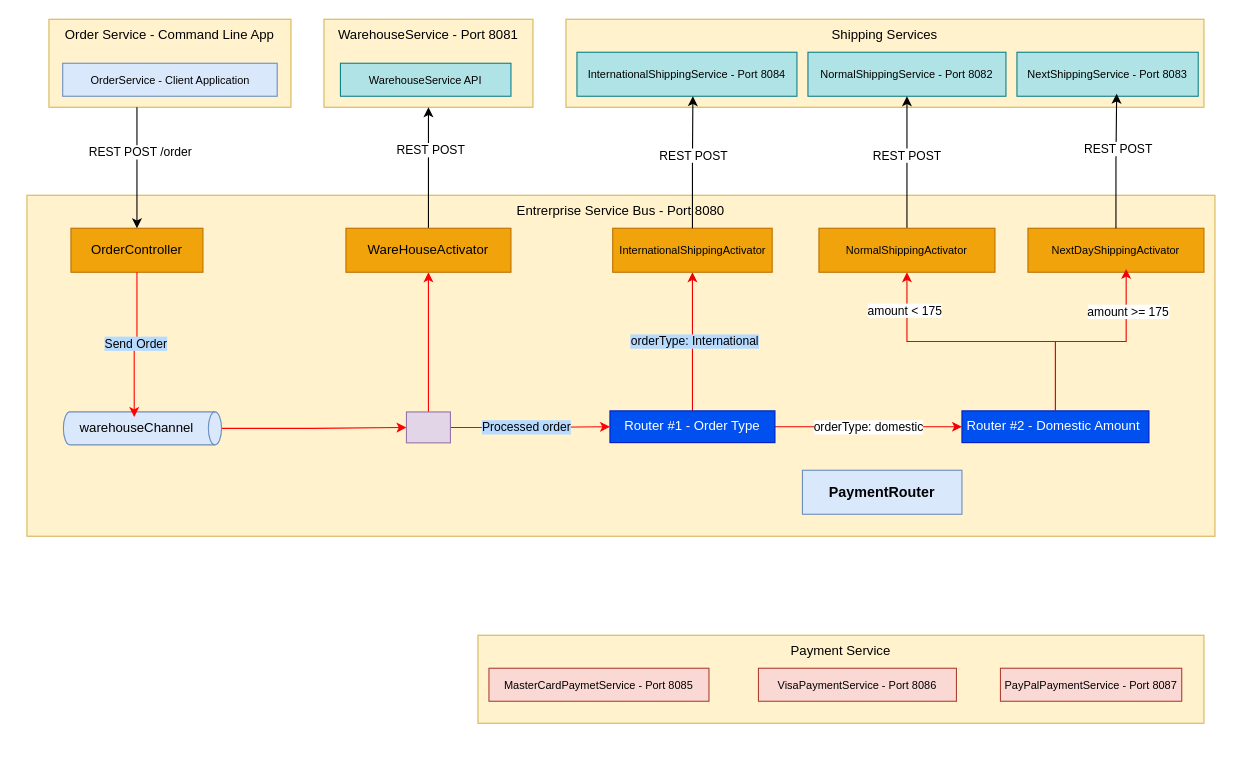
This is LAB5_SOA/ESBdrawio.drawio from leone2016/sa, a draw.io file, before an edit. Source tidied: cells renumbered, new cells numbered last; positions are measured from the earlier drawing's top-left corner, leaving out a move shared by most shapes. Both pictures are drawn from the tidied source at 110%, with x=0, y=0 at pixel (26, 19).
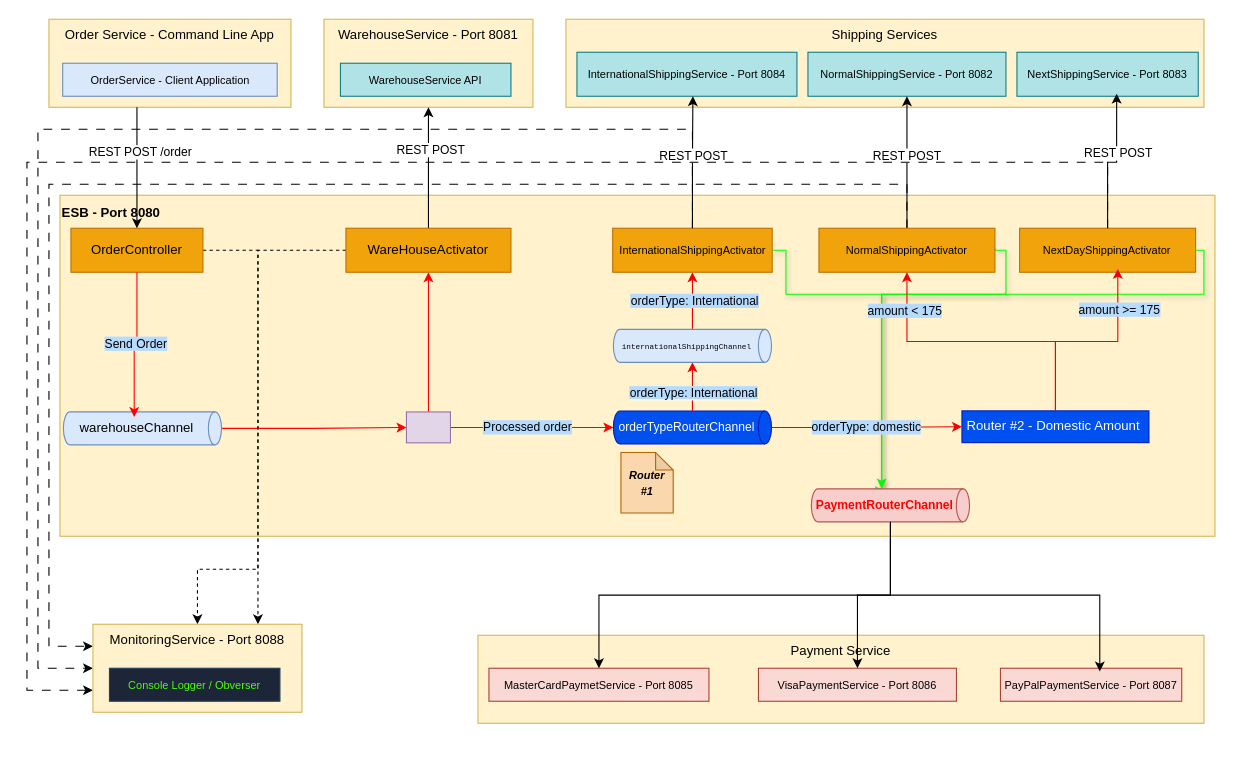
After the change.

The change refers to these unchanged cells:
```xml
<mxCell id="10" value="&lt;font style=&quot;font-size: 10px;&quot;&gt;NextShippingService - Port 8083&lt;/font&gt;" style="rounded=0;whiteSpace=wrap;html=1;fillColor=#b0e3e6;strokeColor=#0e8088;" parent="6" vertex="1">
  <mxGeometry x="440" y="30" width="164.8" height="40" as="geometry" />
</mxCell>
<mxCell id="17" value="&lt;font style=&quot;font-size: 10px;&quot;&gt;MasterCardPaymetService - Port 8085&lt;/font&gt;" style="rounded=0;whiteSpace=wrap;html=1;fillColor=#fad9d5;strokeColor=#ae4132;" parent="15" vertex="1">
  <mxGeometry x="10" y="30" width="200" height="30" as="geometry" />
</mxCell>
<mxCell id="18" value="&lt;font style=&quot;font-size: 10px;&quot;&gt;VisaPaymentService - Port 8086&lt;/font&gt;" style="rounded=0;whiteSpace=wrap;html=1;fillColor=#fad9d5;strokeColor=#ae4132;" parent="15" vertex="1">
  <mxGeometry x="255" y="30" width="180" height="30" as="geometry" />
</mxCell>
<mxCell id="19" value="&lt;font style=&quot;font-size: 10px;&quot;&gt;PayPalPaymentService - Port 8087&lt;/font&gt;" style="rounded=0;whiteSpace=wrap;html=1;fillColor=#fad9d5;strokeColor=#ae4132;" parent="15" vertex="1">
  <mxGeometry x="475" y="30" width="164.8" height="30" as="geometry" />
</mxCell>
<mxCell id="20" value="OrderController" style="rounded=0;whiteSpace=wrap;html=1;fillColor=#f0a30a;strokeColor=#BD7000;fontColor=#000000;" parent="1" vertex="1">
  <mxGeometry x="40" y="190" width="120" height="40" as="geometry" />
</mxCell>
<mxCell id="30" style="rounded=0;whiteSpace=wrap;html=1;fillColor=#e1d5e7;strokeColor=#9673a6;" parent="1" vertex="1">
  <mxGeometry x="345" y="357" width="40" height="28.1" as="geometry" />
</mxCell>
<mxCell id="33" value="WareHouseActivator" style="rounded=0;whiteSpace=wrap;html=1;fillColor=#f0a30a;strokeColor=#BD7000;fontColor=#000000;" parent="1" vertex="1">
  <mxGeometry x="290" y="190" width="150" height="40" as="geometry" />
</mxCell>
<mxCell id="38" value="InternationalShippingActivator" style="rounded=0;whiteSpace=wrap;html=1;fillColor=#f0a30a;strokeColor=#BD7000;fontColor=#000000;fontSize=10;" parent="1" vertex="1">
  <mxGeometry x="532.5" y="190" width="145" height="40" as="geometry" />
</mxCell>
<mxCell id="43" value="Router #2 - Domestic Amount&amp;nbsp;" style="rounded=0;whiteSpace=wrap;html=1;fillColor=#0050ef;fontColor=#ffffff;strokeColor=#001DBC;" parent="1" vertex="1">
  <mxGeometry x="850" y="356" width="170" height="28.9" as="geometry" />
</mxCell>
<mxCell id="46" value="&lt;font style=&quot;font-size: 10px;&quot;&gt;NormalShippingActivator&lt;/font&gt;" style="rounded=0;whiteSpace=wrap;html=1;fillColor=#f0a30a;strokeColor=#BD7000;fontColor=#000000;" parent="1" vertex="1">
  <mxGeometry x="720" y="190" width="160" height="40" as="geometry" />
</mxCell>
<mxCell id="48" style="edgeStyle=orthogonalEdgeStyle;rounded=0;jettySize=auto;html=1;entryX=0.558;entryY=0.925;entryDx=0;entryDy=0;entryPerimeter=0;strokeColor=#F00000;" parent="1" edge="1" source="43" target="47">
  <mxGeometry relative="1" as="geometry" />
</mxCell>
```

Diff of the diagram source:
```diff
@@
-    <mxCell id="5" value="Entrerprise Service Bus - Port 8080" style="rounded=0;whiteSpace=wrap;html=1;fillColor=#fff2cc;strokeColor=#d6b656;verticalAlign=top;" parent="1" vertex="1">
-      <mxGeometry y="160" width="1080" height="310" as="geometry" />
+    <mxCell id="5" value="&lt;b style=&quot;line-height: 150%;&quot;&gt;&lt;font&gt;ESB - Port 8080&lt;/font&gt;&lt;/b&gt;" style="rounded=0;whiteSpace=wrap;html=1;fillColor=#fff2cc;strokeColor=#d6b656;verticalAlign=top;align=left;" parent="1" vertex="1">
+      <mxGeometry x="30" y="160" width="1050" height="310" as="geometry" />
     </mxCell>
@@
+    <mxCell id="53" style="edgeStyle=orthogonalEdgeStyle;rounded=0;jettySize=auto;html=1;exitX=1;exitY=0.5;exitDx=0;exitDy=0;dashed=1;" parent="1" edge="1" source="20" target="71">
+      <mxGeometry relative="1" as="geometry">
+        <Array as="points">
+          <mxPoint x="210" y="210" />
+          <mxPoint x="210" y="500" />
+          <mxPoint x="155" y="500" />
+        </Array>
+      </mxGeometry>
+    </mxCell>
@@
-    <mxCell id="28" style="edgeStyle=orthogonalEdgeStyle;rounded=0;jettySize=auto;html=1;entryX=0;entryY=0.5;entryDx=0;entryDy=0;fillColor=#d80073;strokeColor=#FF0000;" parent="1" edge="1" source="30" target="37">
+    <mxCell id="28" style="edgeStyle=orthogonalEdgeStyle;rounded=0;jettySize=auto;html=1;fillColor=#d80073;strokeColor=#FF0000;entryX=0.5;entryY=1;entryDx=0;entryDy=0;entryPerimeter=0;" parent="1" edge="1" source="30" target="61">
       <mxGeometry relative="1" as="geometry" />
     </mxCell>
@@
+    <mxCell id="54" style="edgeStyle=orthogonalEdgeStyle;rounded=0;jettySize=auto;html=1;dashed=1;" parent="1" edge="1" source="33" target="71">
+      <mxGeometry relative="1" as="geometry">
+        <Array as="points">
+          <mxPoint x="210" y="210" />
+        </Array>
+      </mxGeometry>
+    </mxCell>
@@
-    <mxCell id="34" style="edgeStyle=orthogonalEdgeStyle;rounded=0;jettySize=auto;html=1;fillColor=#d80073;strokeColor=#F00000;" parent="1" edge="1" source="37" target="38">
+    <mxCell id="34" style="edgeStyle=orthogonalEdgeStyle;rounded=0;jettySize=auto;html=1;fillColor=#d80073;strokeColor=#F00000;exitX=0;exitY=0.5;exitDx=0;exitDy=0;exitPerimeter=0;" parent="1" edge="1" source="65" target="38">
       <mxGeometry relative="1" as="geometry" />
     </mxCell>
@@
-    <mxCell id="36" value="orderType: domestic" style="edgeStyle=orthogonalEdgeStyle;rounded=0;jettySize=auto;html=1;entryX=0;entryY=0.5;entryDx=0;entryDy=0;strokeColor=#F00000;" parent="1" edge="1" source="37" target="43">
-      <mxGeometry relative="1" as="geometry" />
-    </mxCell>
-    <mxCell id="37" value="Router #1 - Order Type" style="rounded=0;whiteSpace=wrap;html=1;fillColor=#0050ef;fontColor=#ffffff;strokeColor=#001DBC;" parent="1" vertex="1">
-      <mxGeometry x="530" y="356" width="150" height="28.9" as="geometry" />
-    </mxCell>
+    <mxCell id="55" style="edgeStyle=orthogonalEdgeStyle;rounded=0;jettySize=auto;html=1;fontColor=#00FF00;fillColor=#cdeb8b;strokeColor=#00FF00;shadow=1;" parent="1" edge="1" source="38">
+      <mxGeometry relative="1" as="geometry">
+        <mxPoint x="780" y="430" as="targetPoint" />
+        <Array as="points">
+          <mxPoint x="690" y="210" />
+          <mxPoint x="690" y="250" />
+          <mxPoint x="777" y="250" />
+        </Array>
+      </mxGeometry>
+    </mxCell>
+    <mxCell id="56" style="edgeStyle=orthogonalEdgeStyle;rounded=0;jettySize=auto;html=1;entryX=0;entryY=0.5;entryDx=0;entryDy=0;dashed=1;dashPattern=8 8;" parent="1" edge="1" source="38" target="71">
+      <mxGeometry relative="1" as="geometry">
+        <Array as="points">
+          <mxPoint x="605" y="100" />
+          <mxPoint x="10" y="100" />
+          <mxPoint x="10" y="590" />
+        </Array>
+      </mxGeometry>
+    </mxCell>
@@
-    <mxCell id="41" style="edgeStyle=orthogonalEdgeStyle;rounded=0;jettySize=auto;html=1;entryX=0.5;entryY=1;entryDx=0;entryDy=0;strokeColor=#F00000;" parent="1" edge="1" source="43" target="46">
-      <mxGeometry relative="1" as="geometry" />
-    </mxCell>
-    <mxCell id="42" value="amount &amp;lt; 175" style="edgeLabel;html=1;align=center;verticalAlign=middle;" parent="41" vertex="1">
-      <mxGeometry x="0.74" y="3" relative="1" as="geometry" />
-    </mxCell>
@@
+    <mxCell id="57" style="edgeStyle=orthogonalEdgeStyle;rounded=0;jettySize=auto;html=1;entryX=-0.013;entryY=0.556;entryDx=0;entryDy=0;strokeColor=#00FF00;shadow=1;exitX=1;exitY=0.439;exitDx=0;exitDy=0;exitPerimeter=0;entryPerimeter=0;" parent="1" edge="1" source="46" target="68">
+      <mxGeometry relative="1" as="geometry">
+        <Array as="points">
+          <mxPoint x="880" y="210" />
+          <mxPoint x="890" y="210" />
+          <mxPoint x="890" y="250" />
+          <mxPoint x="777" y="250" />
+        </Array>
+      </mxGeometry>
+    </mxCell>
+    <mxCell id="58" style="edgeStyle=orthogonalEdgeStyle;rounded=0;jettySize=auto;html=1;entryX=0;entryY=0.25;entryDx=0;entryDy=0;dashed=1;dashPattern=8 8;" parent="1" edge="1" source="46" target="71">
+      <mxGeometry relative="1" as="geometry">
+        <Array as="points">
+          <mxPoint x="800" y="150" />
+          <mxPoint x="20" y="150" />
+          <mxPoint x="20" y="570" />
+        </Array>
+      </mxGeometry>
+    </mxCell>
@@
+    <mxCell id="59" style="edgeStyle=orthogonalEdgeStyle;rounded=0;jettySize=auto;html=1;entryX=0.071;entryY=0.535;entryDx=0;entryDy=0;strokeColor=#00FF00;shadow=1;exitX=1;exitY=0.5;exitDx=0;exitDy=0;entryPerimeter=0;" parent="1" edge="1" source="47" target="68">
+      <mxGeometry relative="1" as="geometry">
+        <Array as="points">
+          <mxPoint x="1070" y="210" />
+          <mxPoint x="1070" y="250" />
+          <mxPoint x="777" y="250" />
+          <mxPoint x="777" y="429" />
+        </Array>
+      </mxGeometry>
+    </mxCell>
+    <mxCell id="60" style="edgeStyle=orthogonalEdgeStyle;rounded=0;jettySize=auto;html=1;entryX=0;entryY=0.75;entryDx=0;entryDy=0;dashed=1;dashPattern=8 8;" parent="1" edge="1" source="47" target="71">
+      <mxGeometry relative="1" as="geometry">
+        <Array as="points">
+          <mxPoint x="982" y="130" />
+          <mxPoint y="130" />
+          <mxPoint y="610" />
+        </Array>
+      </mxGeometry>
+    </mxCell>
     <mxCell id="47" value="&lt;font style=&quot;font-size: 10px;&quot;&gt;NextDayShippingActivator&lt;/font&gt;" style="rounded=0;whiteSpace=wrap;html=1;fillColor=#f0a30a;strokeColor=#BD7000;fontColor=#000000;" parent="1" vertex="1">
-      <mxGeometry x="910" y="190" width="160" height="40" as="geometry" />
+      <mxGeometry x="902.4" y="190" width="160" height="40" as="geometry" />
     </mxCell>
+    <mxCell id="50" style="edgeStyle=orthogonalEdgeStyle;rounded=0;jettySize=auto;html=1;entryX=0.55;entryY=0.942;entryDx=0;entryDy=0;entryPerimeter=0;" parent="1" edge="1" source="47" target="10">
+      <mxGeometry relative="1" as="geometry" />
+    </mxCell>
+    <mxCell id="51" value="REST POST" style="edgeLabel;html=1;align=center;verticalAlign=middle;" parent="50" vertex="1">
+      <mxGeometry x="0.18" y="-1" relative="1" as="geometry" />
+    </mxCell>
+    <mxCell id="61" value="&lt;font style=&quot;font-size: 11px;&quot;&gt;orderTypeRouterChannel&lt;/font&gt;" style="shape=cylinder3;whiteSpace=wrap;html=1;boundedLbl=1;backgroundOutline=1;size=6;rotation=90;horizontal=0;fillColor=#0050ef;strokeColor=#001DBC;fontColor=#ffffff;" parent="1" vertex="1">
+      <mxGeometry x="590" y="299.2" width="30" height="143.8" as="geometry" />
+    </mxCell>
+    <mxCell id="62" value="&lt;i&gt;&lt;b&gt;&lt;font style=&quot;font-size: 10px;&quot;&gt;Router #1&lt;/font&gt;&lt;/b&gt;&lt;/i&gt;" style="shape=note;whiteSpace=wrap;html=1;backgroundOutline=1;darkOpacity=0.05;fillColor=#fad7ac;strokeColor=#b46504;size=16;" parent="1" vertex="1">
+      <mxGeometry x="540" y="393.8" width="47.5" height="55.1" as="geometry" />
+    </mxCell>
+    <mxCell id="63" style="edgeStyle=orthogonalEdgeStyle;rounded=0;jettySize=auto;html=1;fillColor=#d80073;strokeColor=#F00000;exitX=0;exitY=0.5;exitDx=0;exitDy=0;exitPerimeter=0;" parent="1" edge="1" source="61" target="65">
+      <mxGeometry relative="1" as="geometry" />
+    </mxCell>
+    <mxCell id="64" value="&lt;span style=&quot;background-color: rgb(183, 219, 255);&quot;&gt;orderType: International&lt;/span&gt;" style="edgeLabel;html=1;align=center;verticalAlign=middle;" parent="63" vertex="1">
+      <mxGeometry x="-0.24" relative="1" as="geometry" />
+    </mxCell>
+    <mxCell id="65" value="&lt;div style=&quot;&quot;&gt;&lt;pre style=&quot;font-family: &amp;quot;JetBrains Mono&amp;quot;, monospace;&quot;&gt;&lt;span&gt;&lt;font style=&quot;color: rgb(0, 0, 0); font-size: 7px;&quot;&gt;internationalShippingChannel&lt;/font&gt;&lt;/span&gt;&lt;/pre&gt;&lt;/div&gt;" style="shape=cylinder3;whiteSpace=wrap;html=1;boundedLbl=1;backgroundOutline=1;size=6;rotation=90;horizontal=0;fillColor=#dae8fc;strokeColor=#6c8ebf;" parent="1" vertex="1">
+      <mxGeometry x="590" y="225" width="30" height="143.8" as="geometry" />
+    </mxCell>
+    <mxCell id="66" style="edgeStyle=orthogonalEdgeStyle;rounded=0;jettySize=auto;html=1;" parent="1" edge="1" source="68" target="18">
+      <mxGeometry relative="1" as="geometry" />
+    </mxCell>
+    <mxCell id="67" style="edgeStyle=orthogonalEdgeStyle;rounded=0;jettySize=auto;html=1;exitX=1;exitY=0.5;exitDx=0;exitDy=0;exitPerimeter=0;entryX=0.5;entryY=0;entryDx=0;entryDy=0;" parent="1" edge="1" source="68" target="17">
+      <mxGeometry relative="1" as="geometry" />
+    </mxCell>
+    <mxCell id="68" value="&lt;b style=&quot;&quot;&gt;&lt;font style=&quot;font-size: 11px; color: rgb(255, 0, 0);&quot;&gt;PaymentRouterChannel&lt;/font&gt;&lt;/b&gt;" style="shape=cylinder3;whiteSpace=wrap;html=1;boundedLbl=1;backgroundOutline=1;size=6;rotation=90;horizontal=0;fillColor=#f8cecc;strokeColor=#b85450;" parent="1" vertex="1">
+      <mxGeometry x="770" y="370" width="30" height="143.8" as="geometry" />
+    </mxCell>
+    <mxCell id="36" value="orderType: domestic" style="edgeStyle=orthogonalEdgeStyle;rounded=0;jettySize=auto;html=1;entryX=0;entryY=0.5;entryDx=0;entryDy=0;strokeColor=#F00000;exitX=0.5;exitY=0;exitDx=0;exitDy=0;exitPerimeter=0;labelBackgroundColor=#B7DBFF;" parent="1" edge="1" source="61" target="43">
+      <mxGeometry relative="1" as="geometry" />
+    </mxCell>
+    <mxCell id="41" style="edgeStyle=orthogonalEdgeStyle;rounded=0;jettySize=auto;html=1;entryX=0.5;entryY=1;entryDx=0;entryDy=0;strokeColor=#F00000;" parent="1" edge="1" source="43" target="46">
+      <mxGeometry relative="1" as="geometry" />
+    </mxCell>
+    <mxCell id="42" value="amount &amp;lt; 175" style="edgeLabel;html=1;align=center;verticalAlign=middle;labelBackgroundColor=#B7DBFF;" parent="41" vertex="1">
+      <mxGeometry x="0.74" y="3" relative="1" as="geometry" />
+    </mxCell>
@@
-    <mxCell id="49" value="amount &amp;gt;= 175" style="edgeLabel;html=1;align=center;verticalAlign=middle;" parent="48" vertex="1">
+    <mxCell id="49" value="amount &amp;gt;= 175" style="edgeLabel;html=1;align=center;verticalAlign=middle;labelBackgroundColor=#B7DBFF;" parent="48" vertex="1">
       <mxGeometry x="0.6" y="-1" relative="1" as="geometry" />
     </mxCell>
-    <mxCell id="50" style="edgeStyle=orthogonalEdgeStyle;rounded=0;jettySize=auto;html=1;entryX=0.55;entryY=0.942;entryDx=0;entryDy=0;entryPerimeter=0;" parent="1" edge="1" source="47" target="10">
-      <mxGeometry relative="1" as="geometry" />
-    </mxCell>
-    <mxCell id="51" value="REST POST" style="edgeLabel;html=1;align=center;verticalAlign=middle;" parent="50" vertex="1">
-      <mxGeometry x="0.18" y="-1" relative="1" as="geometry" />
-    </mxCell>
-    <mxCell id="52" value="&lt;font style=&quot;font-size: 13px;&quot;&gt;&lt;b&gt;PaymentRouter&lt;/b&gt;&lt;/font&gt;" style="rounded=0;whiteSpace=wrap;html=1;fillColor=#dae8fc;strokeColor=#6c8ebf;fontSize=10;" parent="1" vertex="1">
-      <mxGeometry x="705" y="410" width="145" height="40" as="geometry" />
-    </mxCell>
+    <mxCell id="69" style="edgeStyle=orthogonalEdgeStyle;rounded=0;jettySize=auto;html=1;exitX=1;exitY=0.5;exitDx=0;exitDy=0;exitPerimeter=0;entryX=0.548;entryY=0.098;entryDx=0;entryDy=0;entryPerimeter=0;" parent="1" edge="1" source="68" target="19">
+      <mxGeometry relative="1" as="geometry" />
+    </mxCell>
+    <mxCell id="70" style="group;" parent="1" vertex="1">
+      <mxGeometry x="60" y="550" width="190" height="100" as="geometry" />
+    </mxCell>
+    <mxCell id="71" value="MonitoringService - Port 8088" style="rounded=0;whiteSpace=wrap;html=1;align=center;verticalAlign=top;fillColor=#fff2cc;strokeColor=#d6b656;" parent="70" vertex="1">
+      <mxGeometry width="190" height="80" as="geometry" />
+    </mxCell>
+    <mxCell id="72" value="&lt;font style=&quot;font-size: 10px;&quot;&gt;Console Logger / Obverser&lt;/font&gt;" style="rounded=0;whiteSpace=wrap;html=1;fillColor=#1D2538;strokeColor=#23445d;fontColor=#4BFF0A;" parent="70" vertex="1">
+      <mxGeometry x="15" y="40" width="155" height="30" as="geometry" />
+    </mxCell>
```
